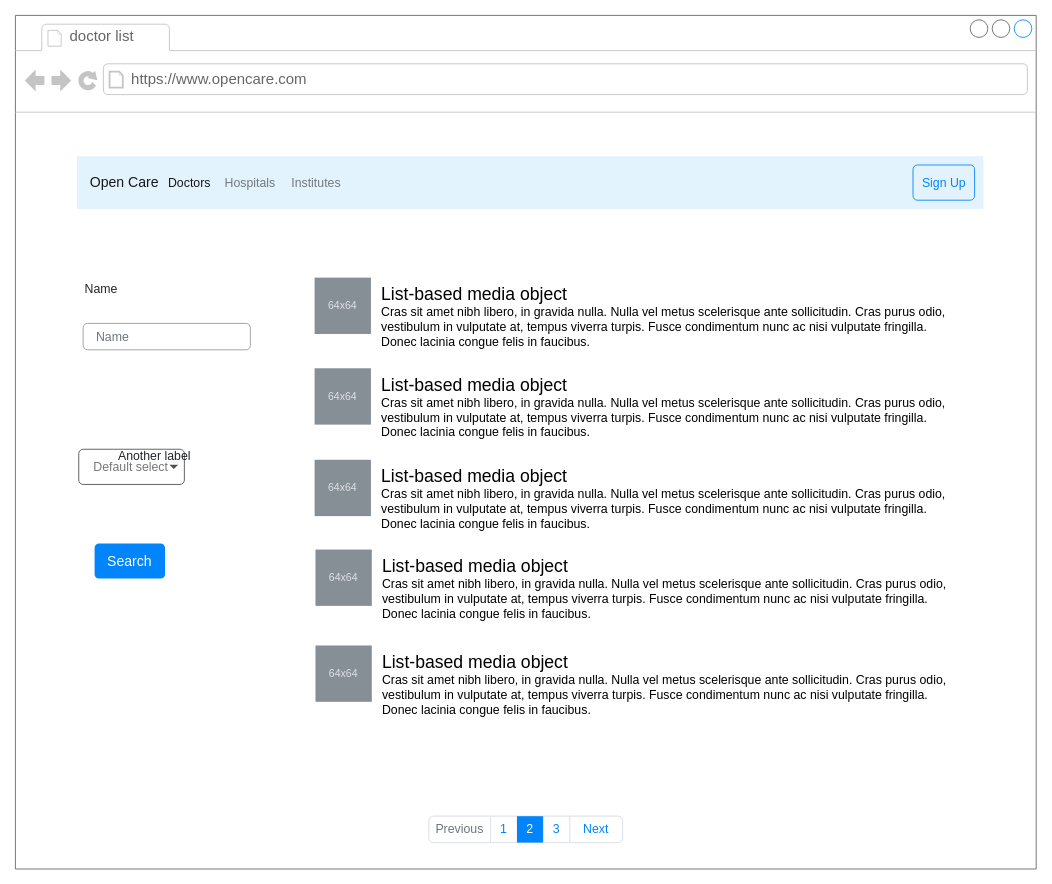
Cipher-Text/opencare keeps this draw.io diagram as wireframe/Wireframe.drawio. Above is the earlier version. Source tidied: cells renumbered, new cells numbered last; positions are measured from the earlier drawing's top-left corner, leaving out a move shared by most shapes. Both pictures are drawn from the tidied source at 88%, with x=0, y=0 at pixel (15, 15).
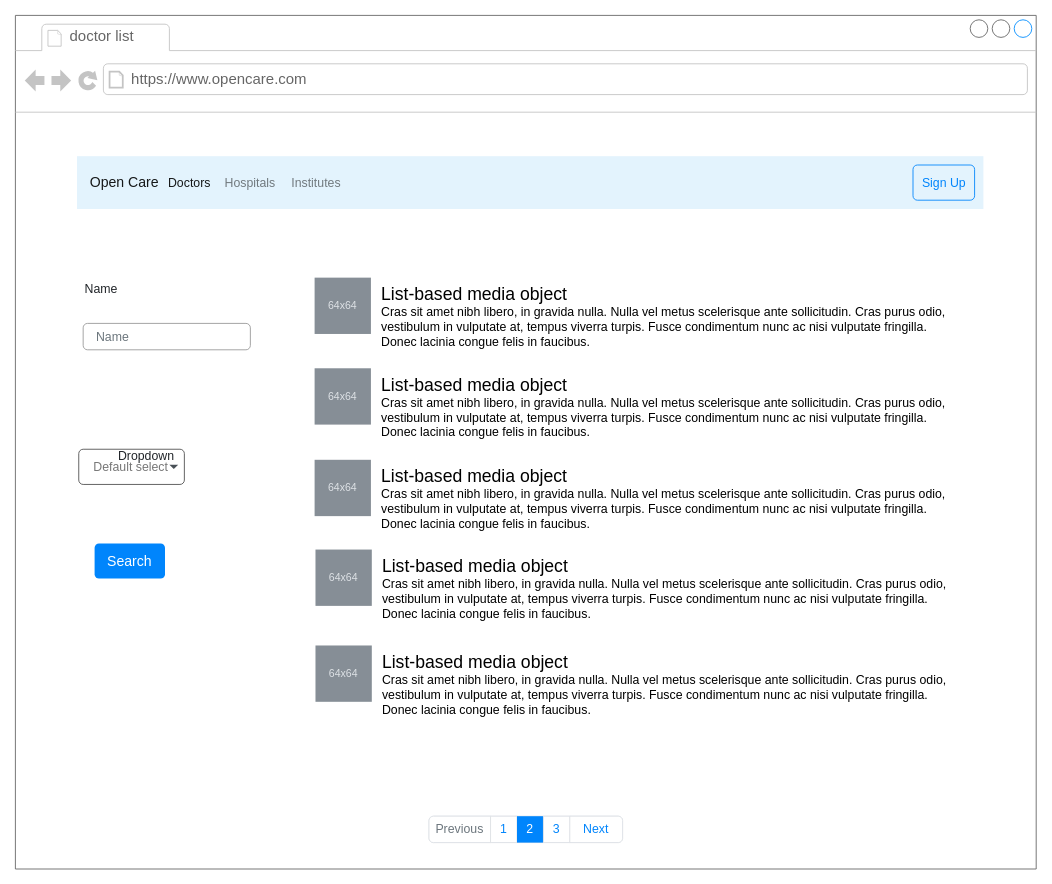
Above is the later version.

Diff of the diagram source:
```diff
@@
-    <mxCell id="31" value="Another label" style="fillColor=none;strokeColor=none;align=left;fontSize=14;fontColor=#212529;" parent="1" vertex="1">
+    <mxCell id="31" value="Dropdown" style="fillColor=none;strokeColor=none;align=left;fontSize=14;fontColor=#212529;" parent="1" vertex="1">
       <mxGeometry width="150" height="40" relative="1" as="geometry">
         <mxPoint x="115" y="480" as="offset" />
       </mxGeometry>
     </mxCell>
```
